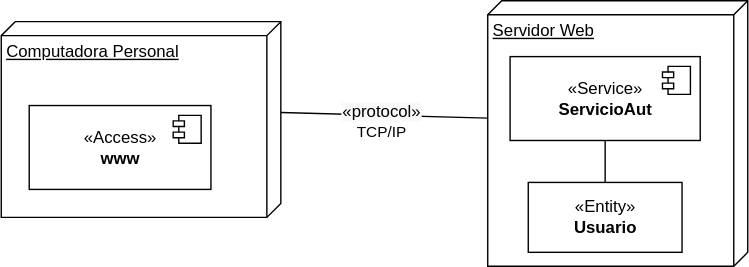
Earlier version of the draw.io export 5_sesion/img/aut_despliegue.svg (gilpgdm/gilpgdm.github.io). Source tidied: cells renumbered, new cells last; positions are measured from the earlier drawing's top-left corner, leaving out a move shared by most shapes. The source it was exported from:
```xml
<mxGraphModel>
  <root>
    <mxCell id="0" />
    <mxCell id="1" parent="0" />
    <mxCell id="2" value="Computadora Personal" style="verticalAlign=top;align=left;spacingTop=8;spacingLeft=2;spacingRight=12;shape=cube;size=10;direction=south;fontStyle=4;html=1;" parent="1" vertex="1">
      <mxGeometry y="15" width="200" height="140" as="geometry" />
    </mxCell>
    <mxCell id="3" value="«Access»&lt;br&gt;&lt;b&gt;www&lt;/b&gt;" style="html=1;" parent="1" vertex="1">
      <mxGeometry x="20" y="75" width="130" height="60" as="geometry" />
    </mxCell>
    <mxCell id="4" style="shape=module;jettyWidth=8;jettyHeight=4;" parent="3" vertex="1">
      <mxGeometry x="1" width="20" height="20" relative="1" as="geometry">
        <mxPoint x="-27" y="7" as="offset" />
      </mxGeometry>
    </mxCell>
    <mxCell id="5" value="Servidor Web" style="verticalAlign=top;align=left;spacingTop=8;spacingLeft=2;spacingRight=12;shape=cube;size=10;direction=south;fontStyle=4;html=1;" parent="1" vertex="1">
      <mxGeometry x="348" width="186" height="190" as="geometry" />
    </mxCell>
    <mxCell id="6" value="«Service»&lt;br&gt;&lt;b&gt;ServicioAut&lt;/b&gt;" style="html=1;" parent="1" vertex="1">
      <mxGeometry x="364" y="40" width="136" height="60" as="geometry" />
    </mxCell>
    <mxCell id="7" style="shape=module;jettyWidth=8;jettyHeight=4;" parent="6" vertex="1">
      <mxGeometry x="1" width="20" height="20" relative="1" as="geometry">
        <mxPoint x="-27" y="7" as="offset" />
      </mxGeometry>
    </mxCell>
    <mxCell id="8" value="«Entity»&lt;br&gt;&lt;b&gt;Usuario&lt;/b&gt;" style="html=1;" parent="1" vertex="1">
      <mxGeometry x="377" y="130" width="110" height="50" as="geometry" />
    </mxCell>
    <mxCell id="9" value="&lt;span style=&quot;font-size: 12px ; background-color: rgb(248 , 249 , 250)&quot;&gt;«protocol»&lt;br&gt;&lt;/span&gt;TCP/IP" style="html=1;verticalAlign=bottom;endArrow=none;exitX=0;exitY=0;exitDx=65;exitDy=0;exitPerimeter=0;entryX=0.442;entryY=1;entryDx=0;entryDy=0;entryPerimeter=0;endFill=0;" parent="1" edge="1" source="2" target="5">
      <mxGeometry x="-0.02" y="-21" relative="1" as="geometry" />
    </mxCell>
    <mxCell id="10" style="endArrow=none;startArrow=none;endFill=0;startFill=0;html=1;entryX=0.5;entryY=0;entryDx=0;entryDy=0;" parent="1" edge="1" target="8">
      <mxGeometry relative="1" as="geometry">
        <mxPoint x="432" y="100" as="sourcePoint" />
      </mxGeometry>
    </mxCell>
  </root>
</mxGraphModel>
```
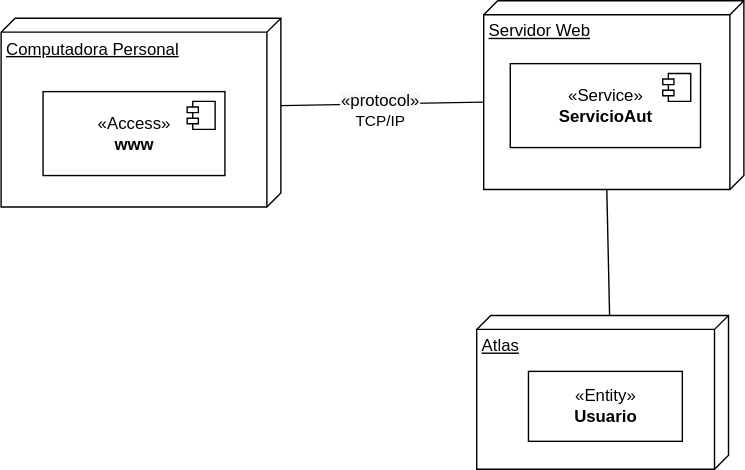
The same diagram one commit later.

What changed in the source:
```diff
@@ -2,11 +2,14 @@
   <root>
     <mxCell id="0" />
     <mxCell id="1" parent="0" />
+    <mxCell id="11" value="Atlas" style="verticalAlign=top;align=left;spacingTop=8;spacingLeft=2;spacingRight=12;shape=cube;size=10;direction=south;fontStyle=4;html=1;" parent="1" vertex="1">
+      <mxGeometry x="340" y="240" width="180" height="110" as="geometry" />
+    </mxCell>
     <mxCell id="2" value="Computadora Personal" style="verticalAlign=top;align=left;spacingTop=8;spacingLeft=2;spacingRight=12;shape=cube;size=10;direction=south;fontStyle=4;html=1;" parent="1" vertex="1">
-      <mxGeometry y="15" width="200" height="140" as="geometry" />
+      <mxGeometry y="27.5" width="200" height="135" as="geometry" />
     </mxCell>
     <mxCell id="3" value="«Access»&lt;br&gt;&lt;b&gt;www&lt;/b&gt;" style="html=1;" parent="1" vertex="1">
-      <mxGeometry x="20" y="75" width="130" height="60" as="geometry" />
+      <mxGeometry x="30" y="80" width="130" height="60" as="geometry" />
     </mxCell>
     <mxCell id="4" style="shape=module;jettyWidth=8;jettyHeight=4;" parent="3" vertex="1">
       <mxGeometry x="1" width="20" height="20" relative="1" as="geometry">
@@ -14,10 +17,10 @@
       </mxGeometry>
     </mxCell>
     <mxCell id="5" value="Servidor Web" style="verticalAlign=top;align=left;spacingTop=8;spacingLeft=2;spacingRight=12;shape=cube;size=10;direction=south;fontStyle=4;html=1;" parent="1" vertex="1">
-      <mxGeometry x="348" width="186" height="190" as="geometry" />
+      <mxGeometry x="345" y="15" width="186" height="135" as="geometry" />
     </mxCell>
     <mxCell id="6" value="«Service»&lt;br&gt;&lt;b&gt;ServicioAut&lt;/b&gt;" style="html=1;" parent="1" vertex="1">
-      <mxGeometry x="364" y="40" width="136" height="60" as="geometry" />
+      <mxGeometry x="364" y="60" width="136" height="60" as="geometry" />
     </mxCell>
     <mxCell id="7" style="shape=module;jettyWidth=8;jettyHeight=4;" parent="6" vertex="1">
       <mxGeometry x="1" width="20" height="20" relative="1" as="geometry">
@@ -25,15 +28,13 @@
       </mxGeometry>
     </mxCell>
     <mxCell id="8" value="«Entity»&lt;br&gt;&lt;b&gt;Usuario&lt;/b&gt;" style="html=1;" parent="1" vertex="1">
-      <mxGeometry x="377" y="130" width="110" height="50" as="geometry" />
+      <mxGeometry x="377" y="280" width="110" height="50" as="geometry" />
     </mxCell>
-    <mxCell id="9" value="&lt;span style=&quot;font-size: 12px ; background-color: rgb(248 , 249 , 250)&quot;&gt;«protocol»&lt;br&gt;&lt;/span&gt;TCP/IP" style="html=1;verticalAlign=bottom;endArrow=none;exitX=0;exitY=0;exitDx=65;exitDy=0;exitPerimeter=0;entryX=0.442;entryY=1;entryDx=0;entryDy=0;entryPerimeter=0;endFill=0;" parent="1" edge="1" source="2" target="5">
+    <mxCell id="9" value="&lt;span style=&quot;font-size: 12px ; background-color: rgb(248 , 249 , 250)&quot;&gt;«protocol»&lt;br&gt;&lt;/span&gt;TCP/IP" style="html=1;verticalAlign=bottom;endArrow=none;exitX=0;exitY=0;exitDx=62.5;exitDy=0;exitPerimeter=0;entryX=0;entryY=0;entryDx=72.5;entryDy=186;entryPerimeter=0;endFill=0;" parent="1" edge="1" source="2" target="5">
       <mxGeometry x="-0.02" y="-21" relative="1" as="geometry" />
     </mxCell>
-    <mxCell id="10" style="endArrow=none;startArrow=none;endFill=0;startFill=0;html=1;entryX=0.5;entryY=0;entryDx=0;entryDy=0;" parent="1" edge="1" target="8">
-      <mxGeometry relative="1" as="geometry">
-        <mxPoint x="432" y="100" as="sourcePoint" />
-      </mxGeometry>
-    </mxCell>
+    <mxCell id="12" style="html=1;verticalAlign=bottom;endArrow=none;exitX=0;exitY=0;exitDx=135;exitDy=98;exitPerimeter=0;endFill=0;entryX=0;entryY=0;entryDx=0;entryDy=85;entryPerimeter=0;" parent="1" edge="1" source="5" target="11">
+      <mxGeometry x="-0.02" y="-21" relative="1" as="geometry" />
+    </mxCell>
   </root>
 </mxGraphModel>
```
